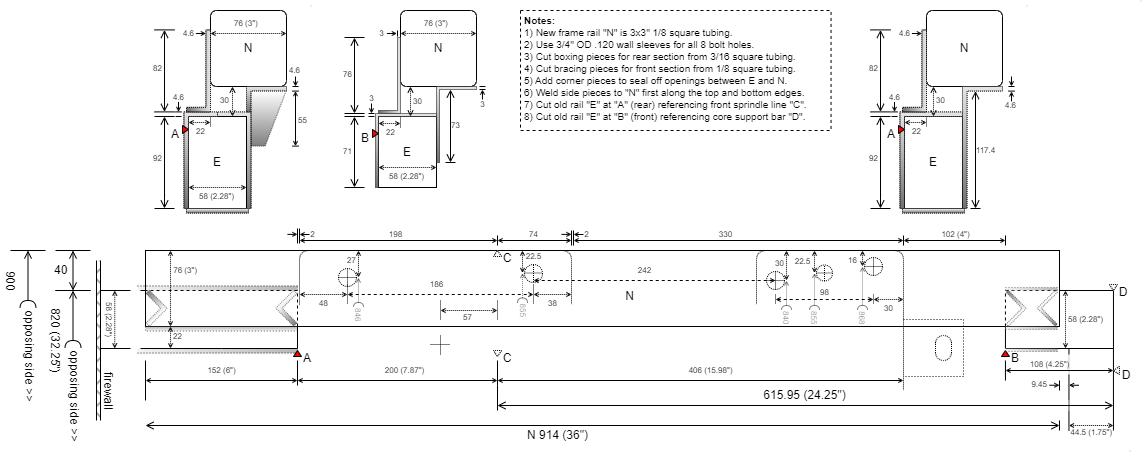
mcgitty/mustang-614 keeps this draw.io diagram as 614-front-rail.png. Above is the earlier version. Source tidied: cells renumbered, new cells last; positions are measured from the earlier drawing's top-left corner, leaving out a move shared by most shapes.
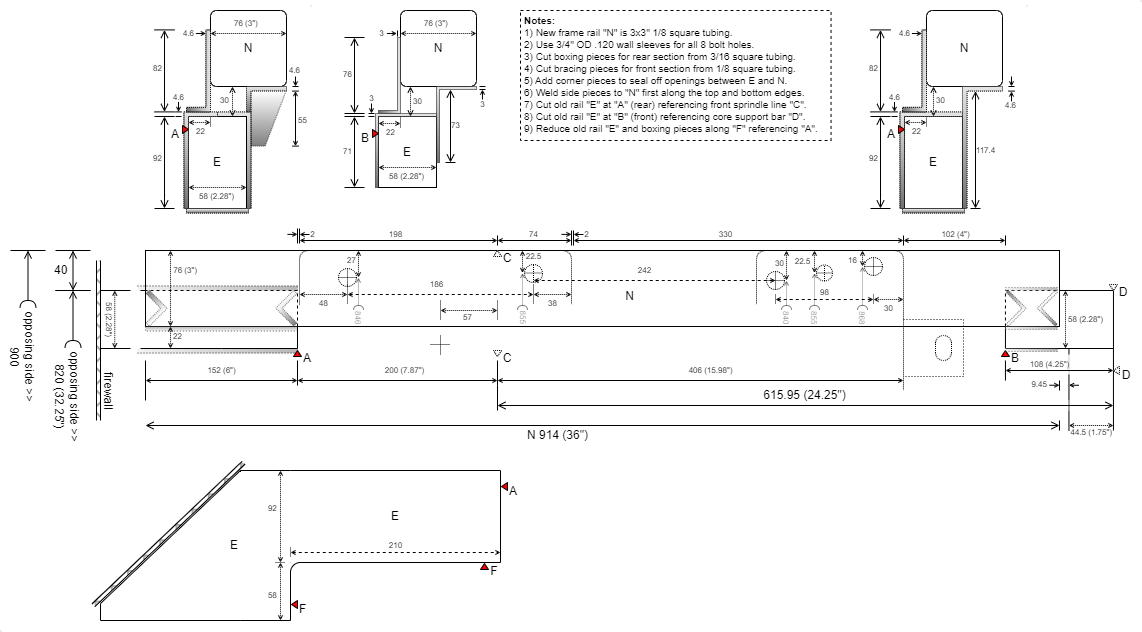
Later version of the same file.

Commit message:
Add cut line F to accommodate rear control arm bushing

Change to the diagram source:
```diff
@@ -2,8 +2,8 @@
   <root>
     <mxCell id="0" />
     <mxCell id="1" parent="0" />
-    <mxCell id="2" value="&lt;b&gt;Notes:&lt;br&gt;&lt;/b&gt;1) New frame rail &quot;N&quot; is 3x3&quot; 1/8 square tubing.&lt;br&gt;&lt;div&gt;2) Use 3/4&quot; OD .120 wall sleeves for all 8 bolt holes.&lt;/div&gt;&lt;div&gt;&lt;span style=&quot;background-color: initial;&quot;&gt;3) Cut boxing pieces for rear section from 3/16 square tubing.&lt;/span&gt;&lt;/div&gt;&lt;div&gt;&lt;span style=&quot;background-color: initial;&quot;&gt;4) Cut bracing pieces for front section from 1/8 square tubing.&lt;/span&gt;&lt;/div&gt;&lt;div&gt;&lt;span style=&quot;background-color: initial;&quot;&gt;5) Add corner pieces to seal off openings between E and N.&lt;/span&gt;&lt;/div&gt;&lt;div&gt;&lt;span style=&quot;background-color: initial;&quot;&gt;6) Weld side pieces to &quot;N&quot; first along the top and bottom edges.&amp;nbsp;&amp;nbsp;&lt;/span&gt;&lt;/div&gt;&lt;div&gt;7) Cut old rail &quot;E&quot; at &quot;A&quot; (rear) referencing front sprindle line &quot;C&quot;.&lt;br&gt;8) Cut old rail &quot;E&quot; at &quot;B&quot; (front) referencing core support bar &quot;D&quot;.&lt;div&gt;&lt;br&gt;&lt;/div&gt;&lt;/div&gt;" style="text;whiteSpace=wrap;overflow=hidden;rounded=0;spacing=0;fontSize=10;html=1;strokeColor=default;dashed=1;spacingLeft=4;" parent="1" vertex="1">
-      <mxGeometry x="546" y="10" width="310.6" height="120" as="geometry" />
+    <mxCell id="2" value="&lt;b&gt;Notes:&lt;br&gt;&lt;/b&gt;1) New frame rail &quot;N&quot; is 3x3&quot; 1/8 square tubing.&lt;br&gt;&lt;div&gt;2) Use 3/4&quot; OD .120 wall sleeves for all 8 bolt holes.&lt;/div&gt;&lt;div&gt;&lt;span style=&quot;background-color: initial;&quot;&gt;3) Cut boxing pieces for rear section from 3/16 square tubing.&lt;/span&gt;&lt;/div&gt;&lt;div&gt;&lt;span style=&quot;background-color: initial;&quot;&gt;4) Cut bracing pieces for front section from 1/8 square tubing.&lt;/span&gt;&lt;/div&gt;&lt;div&gt;&lt;span style=&quot;background-color: initial;&quot;&gt;5) Add corner pieces to seal off openings between E and N.&lt;/span&gt;&lt;/div&gt;&lt;div&gt;&lt;span style=&quot;background-color: initial;&quot;&gt;6) Weld side pieces to &quot;N&quot; first along the top and bottom edges.&amp;nbsp;&amp;nbsp;&lt;/span&gt;&lt;/div&gt;&lt;div&gt;7) Cut old rail &quot;E&quot; at &quot;A&quot; (rear) referencing front sprindle line &quot;C&quot;.&lt;br&gt;8) Cut old rail &quot;E&quot; at &quot;B&quot; (front) referencing core support bar &quot;D&quot;.&lt;div&gt;9) Reduce old rail &quot;E&quot; and boxing pieces along &quot;F&quot; referencing &quot;A&quot;.&lt;/div&gt;&lt;/div&gt;" style="text;whiteSpace=wrap;overflow=hidden;rounded=0;spacing=0;fontSize=10;html=1;strokeColor=default;dashed=1;spacingLeft=4;" parent="1" vertex="1">
+      <mxGeometry x="546" y="10" width="310.6" height="130" as="geometry" />
     </mxCell>
     <mxCell id="3" style="ellipse;whiteSpace=wrap;html=1;fillColor=none;strokeColor=#E6E6E6;" parent="1" vertex="1">
       <mxGeometry x="1166" width="1" height="1" as="geometry" />
@@ -497,51 +497,9 @@
         <mxPoint x="1085" y="390" as="targetPoint" />
       </mxGeometry>
     </mxCell>
-    <mxCell id="118" style="group;" parent="1" vertex="1">
-      <mxGeometry x="36" y="250" width="35" height="167" as="geometry" />
-    </mxCell>
-    <mxCell id="119" style="endArrow=none;html=1;rounded=0;" parent="118" edge="1">
-      <mxGeometry relative="1" as="geometry">
-        <mxPoint as="sourcePoint" />
-        <mxPoint x="35" as="targetPoint" />
-      </mxGeometry>
-    </mxCell>
-    <mxCell id="120" style="endArrow=open;html=1;rounded=0;endFill=0;startArrow=halfCircle;startFill=0;" parent="118" edge="1">
-      <mxGeometry relative="1" as="geometry">
-        <mxPoint x="17.5" y="58" as="sourcePoint" />
-        <mxPoint x="17.5" as="targetPoint" />
-      </mxGeometry>
-    </mxCell>
-    <mxCell id="121" value="&amp;nbsp;opposing side &amp;gt;&amp;gt;" style="text;html=1;align=left;verticalAlign=middle;fillColor=none;strokeColor=none;rounded=0;rotation=90;spacing=0;" parent="118" vertex="1">
-      <mxGeometry x="-35.9" y="102" width="110" height="20" as="geometry" />
-    </mxCell>
     <mxCell id="122" value="40" style="text;html=1;align=left;verticalAlign=middle;fillColor=none;strokeColor=none;rounded=0;rotation=0;spacing=0;" parent="1" vertex="1">
       <mxGeometry x="80.5" y="260" width="30" height="20" as="geometry" />
     </mxCell>
-    <mxCell id="123" value="900" style="text;html=1;align=center;verticalAlign=middle;fillColor=none;strokeColor=none;rounded=0;rotation=90;spacing=0;" parent="1" vertex="1">
-      <mxGeometry x="16" y="270" width="40" height="20" as="geometry" />
-    </mxCell>
-    <mxCell id="124" value="820&amp;nbsp;(32.25&quot;)" style="text;html=1;align=center;verticalAlign=middle;fillColor=none;strokeColor=none;rounded=0;rotation=90;spacing=0;" parent="1" vertex="1">
-      <mxGeometry x="36" y="330" width="90" height="20" as="geometry" />
-    </mxCell>
-    <mxCell id="125" style="group;" parent="1" vertex="1">
-      <mxGeometry x="81" y="290" width="35" height="167" as="geometry" />
-    </mxCell>
-    <mxCell id="126" style="endArrow=none;html=1;rounded=0;" parent="125" edge="1">
-      <mxGeometry relative="1" as="geometry">
-        <mxPoint as="sourcePoint" />
-        <mxPoint x="35" as="targetPoint" />
-      </mxGeometry>
-    </mxCell>
-    <mxCell id="127" style="endArrow=open;html=1;rounded=0;endFill=0;startArrow=halfCircle;startFill=0;" parent="125" edge="1">
-      <mxGeometry relative="1" as="geometry">
-        <mxPoint x="17.5" y="58" as="sourcePoint" />
-        <mxPoint x="17.5" as="targetPoint" />
-      </mxGeometry>
-    </mxCell>
-    <mxCell id="128" value="&amp;nbsp;opposing side &amp;gt;&amp;gt;" style="text;html=1;align=left;verticalAlign=middle;fillColor=none;strokeColor=none;rounded=0;rotation=90;spacing=0;" parent="125" vertex="1">
-      <mxGeometry x="-35.9" y="102" width="110" height="20" as="geometry" />
-    </mxCell>
     <mxCell id="129" style="group;" parent="1" vertex="1">
       <mxGeometry x="81" y="250" width="35" height="40" as="geometry" />
     </mxCell>
@@ -705,7 +663,7 @@
       <mxGeometry x="1139" y="366" width="6" height="8" as="geometry" />
     </mxCell>
     <mxCell id="166" style="ellipse;whiteSpace=wrap;html=1;fillColor=none;strokeColor=#E6E6E6;" parent="1" vertex="1">
-      <mxGeometry x="1155" y="450" width="1" height="1" as="geometry" />
+      <mxGeometry x="26" y="630" width="1" height="1" as="geometry" />
     </mxCell>
     <mxCell id="167" value="102 (4&quot;)" style="text;html=1;align=center;verticalAlign=top;fillColor=none;strokeColor=none;rounded=0;rotation=0;spacing=0;fontSize=8;" parent="1" vertex="1">
       <mxGeometry x="956" y="225" width="50" height="20" as="geometry" />
@@ -919,24 +877,24 @@
     </mxCell>
     <mxCell id="212" style="endArrow=open;html=1;rounded=0;endFill=0;startArrow=halfCircle;startFill=0;endSize=3;startSize=3;dashed=1;dashPattern=1 1;opacity=50;" parent="211" edge="1">
       <mxGeometry relative="1" as="geometry">
-        <mxPoint x="10" y="30" as="sourcePoint" />
+        <mxPoint x="10" y="33" as="sourcePoint" />
         <mxPoint x="10" as="targetPoint" />
       </mxGeometry>
     </mxCell>
     <mxCell id="213" value="846" style="text;html=1;align=left;verticalAlign=middle;fillColor=none;strokeColor=none;rounded=0;rotation=90;fontSize=8;spacing=0;textOpacity=50;" parent="211" vertex="1">
-      <mxGeometry x="-5" y="36" width="30" height="20" as="geometry" />
+      <mxGeometry x="-5" y="39" width="30" height="20" as="geometry" />
     </mxCell>
     <mxCell id="214" style="group;" parent="1" vertex="1">
-      <mxGeometry x="538" y="272.5" width="20" height="61" as="geometry" />
+      <mxGeometry x="538" y="272.5" width="20" height="68.5" as="geometry" />
     </mxCell>
     <mxCell id="215" style="endArrow=open;html=1;rounded=0;endFill=0;startArrow=halfCircle;startFill=0;endSize=3;startSize=3;dashed=1;dashPattern=1 1;opacity=50;" parent="214" edge="1">
       <mxGeometry relative="1" as="geometry">
-        <mxPoint x="10" y="30" as="sourcePoint" />
+        <mxPoint x="10" y="37.5" as="sourcePoint" />
         <mxPoint x="10" as="targetPoint" />
       </mxGeometry>
     </mxCell>
     <mxCell id="216" value="855" style="text;html=1;align=left;verticalAlign=top;fillColor=none;strokeColor=none;rounded=0;rotation=90;fontSize=8;spacing=0;textOpacity=50;" parent="214" vertex="1">
-      <mxGeometry x="-5" y="36" width="30" height="20" as="geometry" />
+      <mxGeometry x="-5" y="43" width="30" height="20" as="geometry" />
     </mxCell>
     <mxCell id="217" style="group;" parent="1" vertex="1">
       <mxGeometry x="890" y="257" width="18" height="18" as="geometry" />
@@ -1484,5 +1442,122 @@
     <mxCell id="345" style="shape=manualInput;whiteSpace=wrap;html=1;gradientColor=default;opacity=50;flipH=0;flipV=1;size=21;dashed=1;dashPattern=1 1;gradientDirection=west;direction=south;" parent="295" vertex="1">
       <mxGeometry x="96.6" y="85.6" width="35" height="55" as="geometry" />
     </mxCell>
+    <mxCell id="346" value="E" style="shape=partialRectangle;whiteSpace=wrap;html=1;bottom=1;right=1;left=1;top=0;fillColor=none;routingCenterX=-0.5;direction=north;" parent="1" vertex="1">
+      <mxGeometry x="316" y="470" width="210" height="92" as="geometry" />
+    </mxCell>
+    <mxCell id="347" style="shape=partialRectangle;whiteSpace=wrap;html=1;left=0;right=0;fillColor=none;" parent="1" vertex="1">
+      <mxGeometry x="266" y="470" width="50" height="150" as="geometry" />
+    </mxCell>
+    <mxCell id="348" style="endArrow=none;html=1;rounded=0;exitX=1;exitY=1;exitDx=0;exitDy=0;entryX=0;entryY=0;entryDx=0;entryDy=0;" parent="1" edge="1">
+      <mxGeometry relative="1" as="geometry">
+        <mxPoint x="316" y="620" as="sourcePoint" />
+        <mxPoint x="316" y="562" as="targetPoint" />
+      </mxGeometry>
+    </mxCell>
+    <mxCell id="349" style="shape=partialRectangle;whiteSpace=wrap;html=1;bottom=0;right=0;fillColor=none;strokeColor=#FFFFFF;" parent="1" vertex="1">
+      <mxGeometry x="316" y="562" width="9" height="9" as="geometry" />
+    </mxCell>
+    <mxCell id="350" style="verticalLabelPosition=bottom;verticalAlign=top;html=1;shape=mxgraph.basic.arc;startAngle=0.75;endAngle=0;" parent="1" vertex="1">
+      <mxGeometry x="316" y="562" width="20" height="20" as="geometry" />
+    </mxCell>
+    <mxCell id="351" value="A" style="triangle;whiteSpace=wrap;html=1;direction=east;flipV=1;fillColor=#FF0000;spacingLeft=0;spacingTop=10;spacingRight=20;flipH=1;labelPosition=right;verticalLabelPosition=middle;align=left;verticalAlign=middle;" parent="1" vertex="1">
+      <mxGeometry x="527" y="482" width="6" height="8" as="geometry" />
+    </mxCell>
+    <mxCell id="352" value="F" style="triangle;whiteSpace=wrap;html=1;direction=south;flipV=1;fillColor=#FF0000;spacingLeft=20;spacingTop=10;" parent="1" vertex="1">
+      <mxGeometry x="506" y="563" width="8" height="6" as="geometry" />
+    </mxCell>
+    <mxCell id="353" style="group;" parent="1" vertex="1">
+      <mxGeometry x="316" y="535" width="210" height="22" as="geometry" />
+    </mxCell>
+    <mxCell id="354" style="endArrow=open;html=1;rounded=0;endFill=0;startArrow=open;startFill=0;dashed=1;startSize=3;endSize=3;" parent="353" edge="1">
+      <mxGeometry relative="1" as="geometry">
+        <mxPoint y="17" as="sourcePoint" />
+        <mxPoint x="210" y="17" as="targetPoint" />
+      </mxGeometry>
+    </mxCell>
+    <mxCell id="355" value="210" style="text;html=1;align=center;verticalAlign=middle;fillColor=none;strokeColor=none;rounded=0;rotation=0;spacing=0;fontSize=8;" parent="353" vertex="1">
+      <mxGeometry x="90" width="30" height="20" as="geometry" />
+    </mxCell>
+    <mxCell id="356" style="endArrow=none;dashed=1;html=1;dashPattern=1 1;strokeWidth=1;rounded=0;" parent="353" edge="1">
+      <mxGeometry relative="1" as="geometry">
+        <mxPoint y="12" as="sourcePoint" />
+        <mxPoint y="22" as="targetPoint" />
+      </mxGeometry>
+    </mxCell>
+    <mxCell id="357" style="endArrow=open;html=1;rounded=0;endFill=0;startArrow=open;startFill=0;dashed=1;dashPattern=1 1;endSize=3;startSize=3;" parent="1" edge="1">
+      <mxGeometry relative="1" as="geometry">
+        <mxPoint x="306" y="470" as="sourcePoint" />
+        <mxPoint x="306" y="562" as="targetPoint" />
+      </mxGeometry>
+    </mxCell>
+    <mxCell id="358" value="92&amp;nbsp;" style="edgeLabel;html=1;align=right;verticalAlign=middle;fontSize=8;" parent="357" vertex="1">
+      <mxGeometry x="-0.18" relative="1" as="geometry" />
+    </mxCell>
+    <mxCell id="359" style="endArrow=open;html=1;rounded=0;endFill=0;startArrow=open;startFill=0;dashed=1;startSize=3;endSize=3;dashPattern=1 1;" parent="1" edge="1">
+      <mxGeometry relative="1" as="geometry">
+        <mxPoint x="306" y="562" as="sourcePoint" />
+        <mxPoint x="306" y="620" as="targetPoint" />
+      </mxGeometry>
+    </mxCell>
+    <mxCell id="360" value="58&amp;nbsp;" style="edgeLabel;html=1;align=right;verticalAlign=middle;fontSize=8;" parent="359" vertex="1">
+      <mxGeometry x="0.13" relative="1" as="geometry" />
+    </mxCell>
+    <mxCell id="361" style="endArrow=none;dashed=1;html=1;dashPattern=1 1;strokeWidth=1;rounded=0;" parent="1" edge="1">
+      <mxGeometry relative="1" as="geometry">
+        <mxPoint x="301" y="562" as="sourcePoint" />
+        <mxPoint x="311" y="562" as="targetPoint" />
+      </mxGeometry>
+    </mxCell>
+    <mxCell id="362" value="F" style="triangle;whiteSpace=wrap;html=1;direction=east;flipV=1;fillColor=#FF0000;spacingLeft=0;spacingTop=10;spacingRight=20;flipH=1;labelPosition=right;verticalLabelPosition=middle;align=left;verticalAlign=middle;" parent="1" vertex="1">
+      <mxGeometry x="317" y="600" width="6" height="8" as="geometry" />
+    </mxCell>
+    <mxCell id="363" style="group;" parent="1" vertex="1">
+      <mxGeometry x="78" y="290" width="40" height="161" as="geometry" />
+    </mxCell>
+    <mxCell id="126" style="endArrow=none;html=1;rounded=0;" parent="363" edge="1">
+      <mxGeometry relative="1" as="geometry">
+        <mxPoint x="3" as="sourcePoint" />
+        <mxPoint x="38" as="targetPoint" />
+      </mxGeometry>
+    </mxCell>
+    <mxCell id="127" style="endArrow=open;html=1;rounded=0;endFill=0;startArrow=halfCircle;startFill=0;" parent="363" edge="1">
+      <mxGeometry relative="1" as="geometry">
+        <mxPoint x="20.5" y="58" as="sourcePoint" />
+        <mxPoint x="20.5" as="targetPoint" />
+      </mxGeometry>
+    </mxCell>
+    <mxCell id="128" value="opposing side &amp;gt;&amp;gt;&lt;br&gt;&lt;span style=&quot;&quot;&gt;820&amp;nbsp;(32.25&quot;)&lt;/span&gt;" style="text;html=1;align=center;verticalAlign=bottom;fillColor=none;strokeColor=none;rounded=0;rotation=90;spacing=0;" parent="363" vertex="1">
+      <mxGeometry x="-35" y="86" width="110" height="40" as="geometry" />
+    </mxCell>
+    <mxCell id="364" style="group;" parent="1" vertex="1">
+      <mxGeometry x="33" y="250" width="40" height="161" as="geometry" />
+    </mxCell>
+    <mxCell id="119" style="endArrow=none;html=1;rounded=0;" parent="364" edge="1">
+      <mxGeometry relative="1" as="geometry">
+        <mxPoint x="3" as="sourcePoint" />
+        <mxPoint x="38" as="targetPoint" />
+      </mxGeometry>
+    </mxCell>
+    <mxCell id="120" style="endArrow=open;html=1;rounded=0;endFill=0;startArrow=halfCircle;startFill=0;" parent="364" edge="1">
+      <mxGeometry relative="1" as="geometry">
+        <mxPoint x="20.5" y="58" as="sourcePoint" />
+        <mxPoint x="20.5" as="targetPoint" />
+      </mxGeometry>
+    </mxCell>
+    <mxCell id="121" value="opposing side &amp;gt;&amp;gt;&lt;br&gt;900" style="text;html=1;align=center;verticalAlign=bottom;fillColor=none;strokeColor=none;rounded=0;rotation=90;spacing=0;" parent="364" vertex="1">
+      <mxGeometry x="-35" y="86" width="110" height="40" as="geometry" />
+    </mxCell>
+    <mxCell id="365" style="group;" parent="1" vertex="1">
+      <mxGeometry x="117.9" y="461.1" width="152.2" height="158.9" as="geometry" />
+    </mxCell>
+    <mxCell id="366" value="E" style="shape=manualInput;whiteSpace=wrap;html=1;size=133;fillColor=none;align=right;" parent="365" vertex="1">
+      <mxGeometry x="8.1" y="8.9" width="140" height="150" as="geometry" />
+    </mxCell>
+    <mxCell id="367" style="line;strokeWidth=2;direction=south;html=1;fillColor=default;strokeColor=#FFFFFF;" parent="365" vertex="1">
+      <mxGeometry x="147.1" y="10.4" width="2" height="148" as="geometry" />
+    </mxCell>
+    <mxCell id="368" style="shape=partialRectangle;whiteSpace=wrap;html=1;left=0;right=0;fillColor=#000000;direction=south;fillStyle=cross-hatch;rotation=46.5;" parent="365" vertex="1">
+      <mxGeometry x="74.1" y="-30.6" width="4" height="206" as="geometry" />
+    </mxCell>
   </root>
 </mxGraphModel>
```
